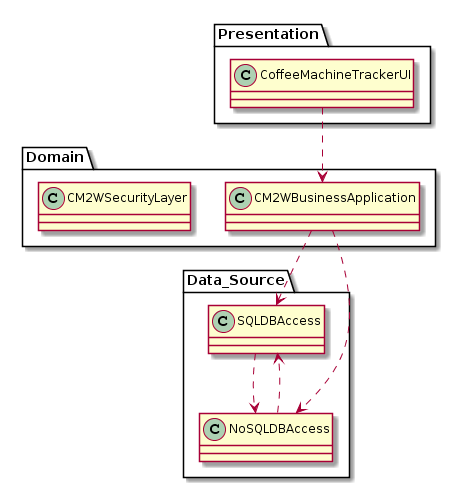
Earlier version of the PlantUML export docs/images/ModView.png (dgruninger97/Project). The source it was exported from:
```plantuml
@startuml
class Presentation.CoffeeMachineTrackerUI{
}
class Domain.CM2WBusinessApplication{
}
class Domain.CM2WSecurityLayer{
}
class Data_Source.SQLDBAccess{
}
class Data_Source.NoSQLDBAccess{
}
Presentation.CoffeeMachineTrackerUI ..> Domain.CM2WBusinessApplication
Domain.CM2WBusinessApplication ..> Data_Source.SQLDBAccess
Domain.CM2WBusinessApplication ..> Data_Source.NoSQLDBAccess
Data_Source.SQLDBAccess ..> Data_Source.NoSQLDBAccess
Data_Source.NoSQLDBAccess ..> Data_Source.SQLDBAccess
@enduml
```
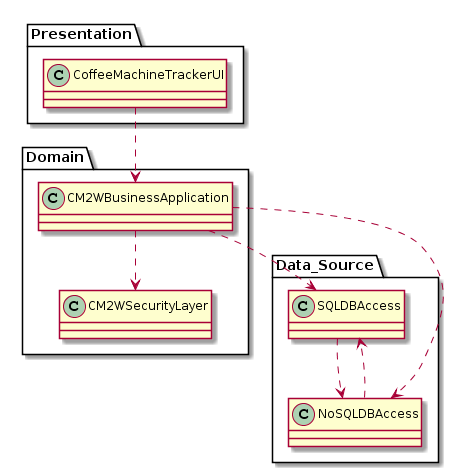
After the change.

Commit message:
Almost done with iteration 1

Diff of the diagram source:
```diff
@@ -11,6 +11,7 @@
 }
 Presentation.CoffeeMachineTrackerUI ..> Domain.CM2WBusinessApplication
 Domain.CM2WBusinessApplication ..> Data_Source.SQLDBAccess
+Domain.CM2WBusinessApplication ..> Domain.CM2WSecurityLayer
 Domain.CM2WBusinessApplication ..> Data_Source.NoSQLDBAccess
 Data_Source.SQLDBAccess ..> Data_Source.NoSQLDBAccess
 Data_Source.NoSQLDBAccess ..> Data_Source.SQLDBAccess
```
